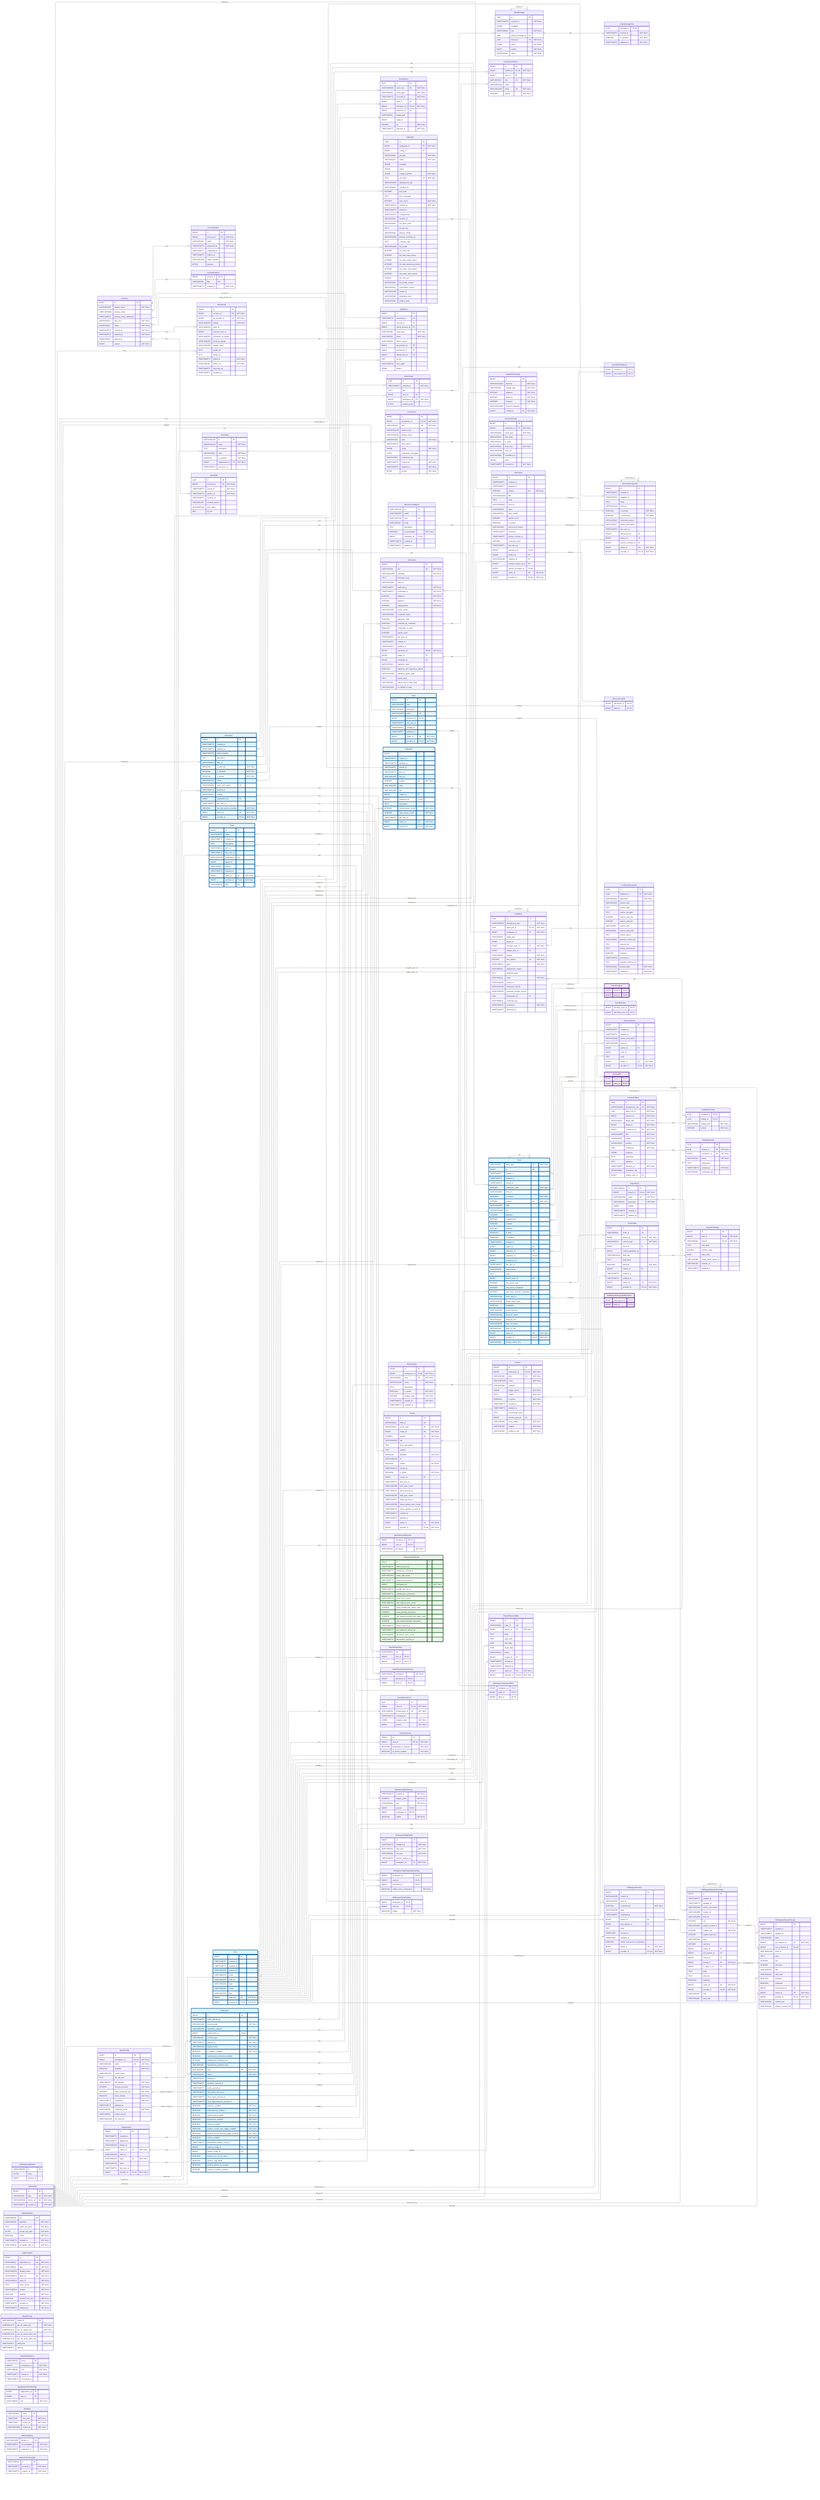
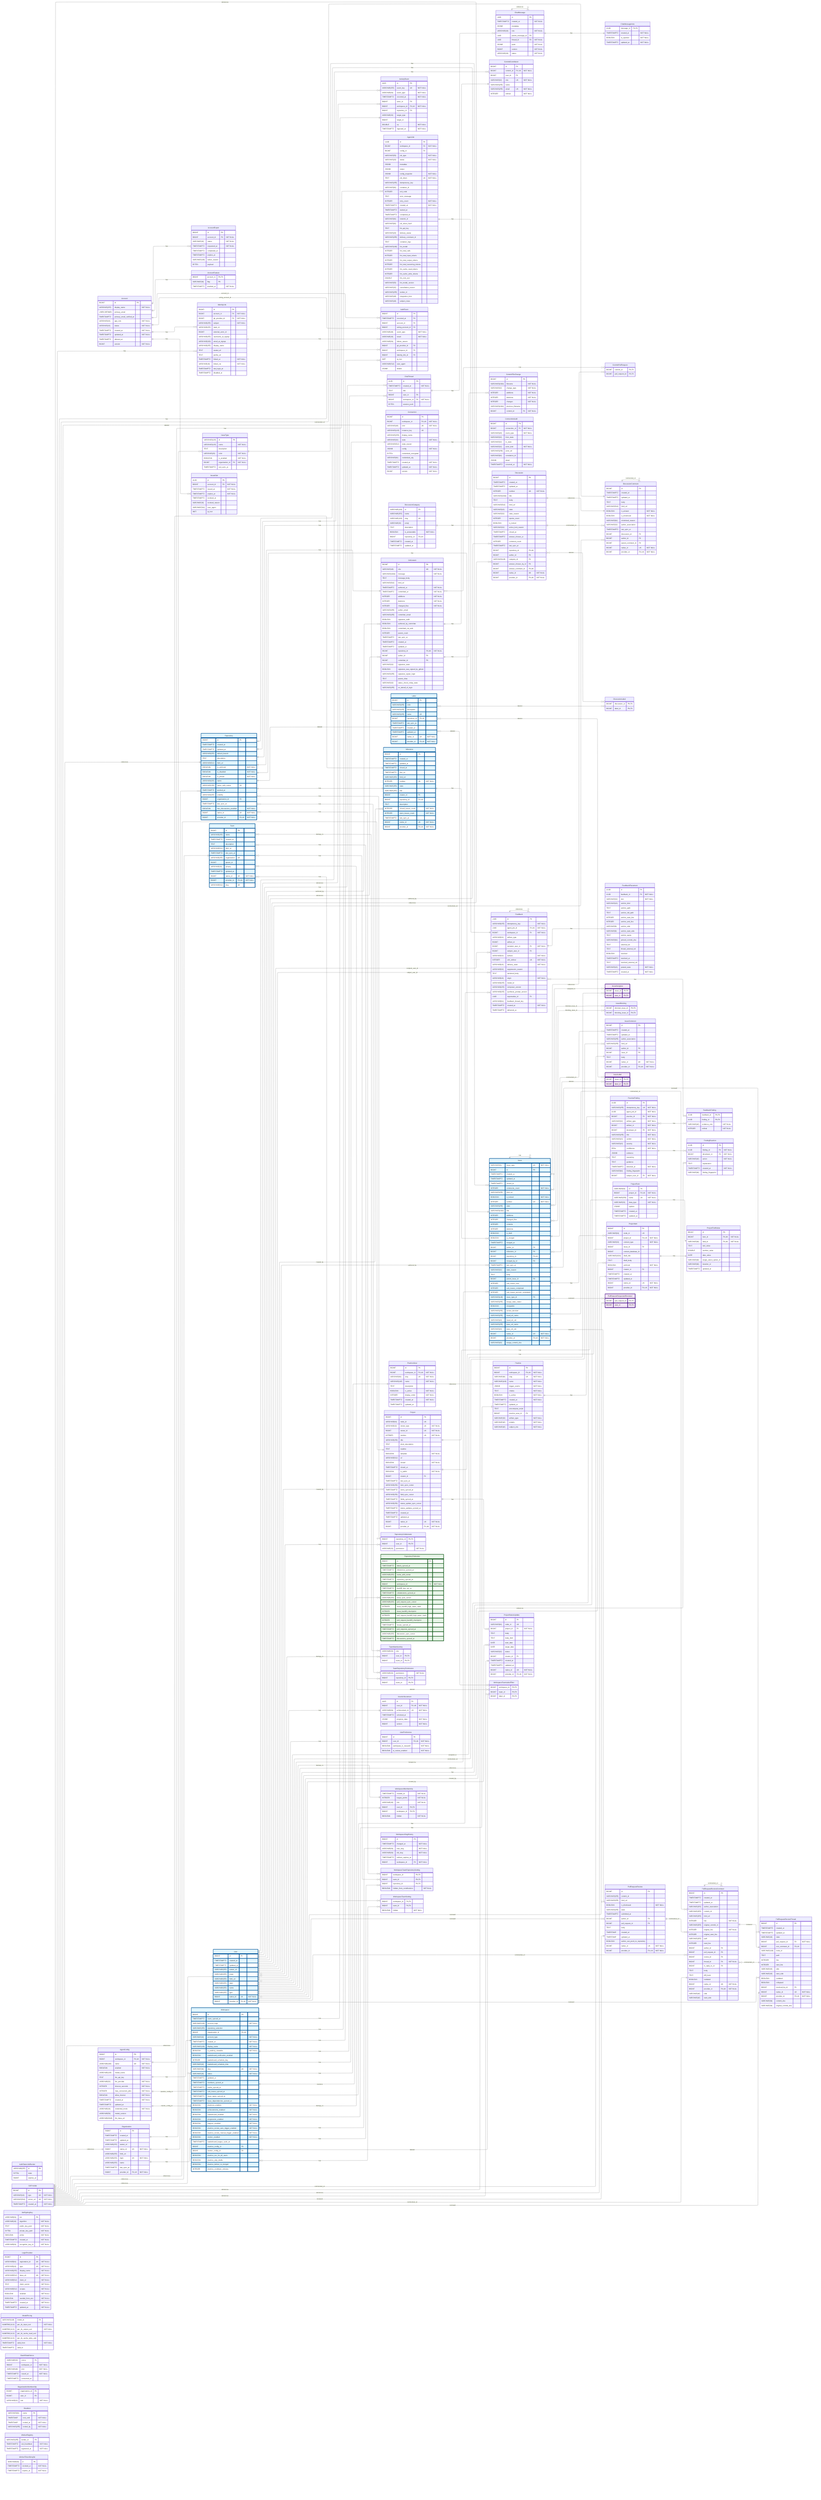
---
config:
    layout: elk
---
erDiagram
    %% Generated automatically from PostgreSQL database schema
    %% using scripts/generate-mermaid-erd.ts
    %% To regenerate: pnpm run db:generate-erd-docs

    direction LR

    Account {
        BIGINT id PK
        VARCHAR(255) display_name "NOT NULL"
        USER-DEFINED primary_email
        TIMESTAMPTZ primary_email_verified_at
        VARCHAR(16) app_role "NOT NULL"
        VARCHAR(16) status "NOT NULL"
        TIMESTAMPTZ created_at "NOT NULL"
        TIMESTAMPTZ updated_at "NOT NULL"
        TIMESTAMPTZ deleted_at
        BIGINT version "NOT NULL"
    }

    AccountExport {
        BIGINT id PK
        BIGINT account_id FK "NOT NULL"
        VARCHAR(16) status "NOT NULL"
        TIMESTAMPTZ requested_at "NOT NULL"
        TIMESTAMPTZ completed_at
        TIMESTAMPTZ expires_at
        VARCHAR(128) failure_reason
        BYTEA payload
    }

    AccountFeature {
        BIGINT account_id PK,FK
        VARCHAR(64) flag PK
        TIMESTAMPTZ enabled_at "NOT NULL"
    }

    ActivityEvent {
        UUID id PK
        VARCHAR(255) event_key UK "NOT NULL"
        VARCHAR(64) event_type "NOT NULL"
        TIMESTAMPTZ occurred_at "NOT NULL"
        BIGINT actor_id FK
        BIGINT workspace_id FK,UK "NOT NULL"
        BIGINT repository_id FK
        VARCHAR(32) target_type
        BIGINT target_id
        DOUBLE xp "NOT NULL"
        TIMESTAMPTZ ingested_at "NOT NULL"
    }

    AgentConfig {
        BIGINT id PK
        BIGINT workspace_id FK,UK "NOT NULL"
        VARCHAR(100) name UK "NOT NULL"
        BOOLEAN enabled "NOT NULL"
        VARCHAR(128) model_name
        TEXT llm_api_key
        VARCHAR(32) llm_provider "NOT NULL"
        INTEGER timeout_seconds "NOT NULL"
        INTEGER max_concurrent_jobs "NOT NULL"
        BOOLEAN allow_internet "NOT NULL"
        TIMESTAMPTZ created_at "NOT NULL"
        TIMESTAMPTZ updated_at
        VARCHAR(16) credential_mode "NOT NULL"
        VARCHAR(50) model_version
        VARCHAR(2048) llm_base_url
    }

    AgentJob {
        UUID id PK
        BIGINT workspace_id FK "NOT NULL"
        BIGINT config_id FK
        VARCHAR(50) job_type "NOT NULL"
        VARCHAR(20) status "NOT NULL"
        JSONB metadata
        JSONB output
        JSONB config_snapshot "NOT NULL"
        TEXT job_token UK "NOT NULL"
        VARCHAR(255) idempotency_key
        VARCHAR(64) container_id
        INTEGER exit_code
        TEXT error_message
        INTEGER retry_count "NOT NULL"
        TIMESTAMPTZ created_at "NOT NULL"
        TIMESTAMPTZ started_at
        TIMESTAMPTZ completed_at
        VARCHAR(64) network_id
        VARCHAR(64) job_token_hash
        TEXT llm_api_key
        VARCHAR(20) delivery_status
        VARCHAR(255) delivery_comment_id
        TEXT container_logs
        VARCHAR(100) llm_model
        INTEGER llm_total_calls
        INTEGER llm_total_input_tokens
        INTEGER llm_total_output_tokens
        INTEGER llm_total_reasoning_tokens
        INTEGER llm_cache_read_tokens
        INTEGER llm_cache_write_tokens
        DOUBLE llm_cost_usd
        VARCHAR(50) llm_model_version
        VARCHAR(32) cancellation_reason
        VARCHAR(255) worker_id
        VARCHAR(48) integration_kind
        VARCHAR(48) subject_class
    }

    AuthEvent {
        BIGINT id PK
        TIMESTAMPTZ occurred_at PK
        BIGINT account_id FK
        BIGINT acting_account_id FK
        VARCHAR(48) event_type "NOT NULL"
        VARCHAR(16) result "NOT NULL"
        VARCHAR(64) failure_reason
        BIGINT git_provider_id FK
        BIGINT workspace_id FK
        BIGINT identity_link_id FK
        INET ip_inet
        VARCHAR(512) user_agent
        JSONB details
    }

    AuthRateLimitBucket {
        VARCHAR(255) id PK
        BYTEA state
        BIGINT expires_at
    }

    ChatMessage {
        UUID id PK
        TIMESTAMPTZ created_at "NOT NULL"
        JSONB metadata
        VARCHAR(16) role "NOT NULL"
        UUID parent_message_id FK
        UUID thread_id FK "NOT NULL"
        JSONB parts "NOT NULL"
        BIGINT version "NOT NULL"
        VARCHAR(16) status "NOT NULL"
    }

    ChatMessageVote {
        UUID message_id PK,FK
        TIMESTAMPTZ created_at "NOT NULL"
        BOOLEAN is_upvoted "NOT NULL"
        TIMESTAMPTZ updated_at "NOT NULL"
    }

    ChatThread {
        UUID id PK
        TIMESTAMPTZ created_at "NOT NULL"
        TEXT title
        BIGINT user_id FK
        BIGINT workspace_id FK "NOT NULL"
        BYTEA session_jsonl
    }

    CommitContributor {
        BIGINT id PK
        BIGINT commit_id FK,UK "NOT NULL"
        BIGINT user_id FK
        VARCHAR(32) role UK "NOT NULL"
        VARCHAR(255) name
        VARCHAR(255) email UK "NOT NULL"
        INTEGER ordinal "NOT NULL"
    }

    CommitFileChange {
        BIGINT id PK
        VARCHAR(1024) filename "NOT NULL"
        VARCHAR(32) change_type "NOT NULL"
        INTEGER additions "NOT NULL"
        INTEGER deletions "NOT NULL"
        INTEGER changes "NOT NULL"
        VARCHAR(1024) previous_filename
        BIGINT commit_id FK "NOT NULL"
    }

    CommitPullRequest {
        BIGINT commit_id PK,FK
        BIGINT pull_request_id PK,FK
    }

    Connection {
        BIGINT id PK
        BIGINT workspace_id FK,UK "NOT NULL"
        VARCHAR(48) kind UK "NOT NULL"
        VARCHAR(128) instance_key UK
        VARCHAR(256) display_name
        VARCHAR(32) state "NOT NULL"
        VARCHAR(512) state_reason
        JSONB config "NOT NULL"
        BYTEA credentials_encrypted
        VARCHAR(64) credentials_alg
        TIMESTAMPTZ created_at "NOT NULL"
        TIMESTAMPTZ updated_at "NOT NULL"
        BIGINT version "NOT NULL"
    }

    ConnectionAudit {
        BIGINT id PK
        BIGINT connection_id FK "NOT NULL"
        VARCHAR(48) event_type "NOT NULL"
        VARCHAR(32) from_state
        VARCHAR(32) to_state
        VARCHAR(32) actor_kind "NOT NULL"
        VARCHAR(256) actor_ref
        VARCHAR(64) correlation_id
        JSONB detail
        TIMESTAMPTZ occurred_at "NOT NULL"
    }

    Discussion {
        BIGINT id PK
        TIMESTAMPTZ created_at
        TIMESTAMPTZ updated_at
        INTEGER number UK "NOT NULL"
        VARCHAR(1024) title
        TEXT body
        VARCHAR(512) html_url
        VARCHAR(16) state
        VARCHAR(32) state_reason
        INTEGER upvote_count
        BOOLEAN is_locked
        VARCHAR(32) active_lock_reason
        TIMESTAMPTZ closed_at
        TIMESTAMPTZ answer_chosen_at
        INTEGER comment_count
        TIMESTAMPTZ last_sync_at
        BIGINT repository_id FK,UK
        BIGINT author_id FK
        VARCHAR(128) category_id FK
        BIGINT answer_chosen_by_id FK
        BIGINT answer_comment_id FK,UK
        BIGINT native_id UK "NOT NULL"
        BIGINT provider_id FK,UK "NOT NULL"
    }

    DiscussionCategory {
        VARCHAR(128) id PK
        VARCHAR(255) name
        VARCHAR(128) slug UK
        VARCHAR(32) emoji
        TEXT description
        BOOLEAN is_answerable "NOT NULL"
        BIGINT repository_id FK,UK
        TIMESTAMPTZ created_at
        TIMESTAMPTZ updated_at
    }

    DiscussionComment {
        BIGINT id PK
        TIMESTAMPTZ created_at
        TIMESTAMPTZ updated_at
        TEXT body
        VARCHAR(512) html_url
        BOOLEAN is_answer "NOT NULL"
        BOOLEAN is_minimized "NOT NULL"
        VARCHAR(64) minimized_reason
        VARCHAR(32) author_association
        TIMESTAMPTZ last_sync_at
        BIGINT discussion_id FK
        BIGINT author_id FK
        BIGINT parent_comment_id FK
        BIGINT native_id UK "NOT NULL"
        BIGINT provider_id FK,UK "NOT NULL"
    }

    DiscussionLabel {
        BIGINT discussion_id PK,FK
        BIGINT label_id PK,FK
    }

    Feedback {
        UUID id PK
        VARCHAR(255) idempotency_key "NOT NULL"
        UUID agent_job_id FK,UK "NOT NULL"
        BIGINT workspace_id FK "NOT NULL"
-         VARCHAR(32) target_type
-         BIGINT target_id
+         VARCHAR(32) artifact_type
+         BIGINT artifact_id
        BIGINT recipient_user_id FK "NOT NULL"
        BIGINT subject_user_id FK
        VARCHAR(32) surface "NOT NULL"
        INTEGER unit_ordinal UK "NOT NULL"
-         VARCHAR(16) state "NOT NULL"
+         VARCHAR(16) delivery_state "NOT NULL"
        VARCHAR(32) suppression_reason
        TEXT rendered_body
        VARCHAR(16) origin "NOT NULL"
        VARCHAR(255) model_id
        VARCHAR(255) composer_version
        VARCHAR(255) synthesis_prompt_version
        UUID supersedes_id FK
-         VARCHAR(64) continuity_key
+         VARCHAR(64) feedback_thread_key
        TIMESTAMPTZ created_at "NOT NULL"
        TIMESTAMPTZ delivered_at
    }

    FeedbackFinding {
        UUID feedback_id PK,FK
        UUID finding_id PK,FK
-         VARCHAR(16) display_role "NOT NULL"
+         VARCHAR(16) evidence_role "NOT NULL"
        INTEGER ordinal "NOT NULL"
    }

    FeedbackPlacement {
        UUID id PK
        UUID feedback_id FK "NOT NULL"
-         VARCHAR(32) placement "NOT NULL"
+         VARCHAR(32) slot "NOT NULL"
        VARCHAR(16) anchor_kind
        TEXT anchor_path
        TEXT anchor_old_path
        INTEGER anchor_start_line
        INTEGER anchor_end_line
        VARCHAR(8) anchor_side
        VARCHAR(8) anchor_start_side
        TEXT anchor_quote
        VARCHAR(64) pinned_commit_sha
        TEXT external_ref
        TEXT thread_external_ref
        BOOLEAN resolved
        TIMESTAMPTZ resolved_at
        TEXT resolved_external_ref
        VARCHAR(16) posted_state "NOT NULL"
        TIMESTAMPTZ created_at "NOT NULL"
    }

    FindingReaction {
        UUID id PK
        UUID finding_id FK "NOT NULL"
-         BIGINT contributor_id FK "NOT NULL"
+         BIGINT developer_id FK "NOT NULL"
        VARCHAR(16) action "NOT NULL"
        TEXT explanation
        TIMESTAMPTZ created_at "NOT NULL"
-         VARCHAR(64) correlation_key
+         VARCHAR(64) finding_fingerprint
    }

    GitCommit {
        BIGINT id PK
        VARCHAR(40) sha UK "NOT NULL"
        VARCHAR(1024) message "NOT NULL"
        TEXT message_body
        VARCHAR(512) html_url
        TIMESTAMPTZ authored_at "NOT NULL"
        TIMESTAMPTZ committed_at "NOT NULL"
        INTEGER additions "NOT NULL"
        INTEGER deletions "NOT NULL"
        INTEGER changed_files "NOT NULL"
        VARCHAR(255) author_email
        VARCHAR(255) committer_email
        BOOLEAN signature_valid
        BOOLEAN authored_by_committer
        BOOLEAN committed_via_web
        INTEGER parent_count
        TIMESTAMPTZ last_sync_at
        TIMESTAMPTZ created_at
        TIMESTAMPTZ updated_at
        BIGINT repository_id FK,UK "NOT NULL"
        BIGINT author_id FK
        BIGINT committer_id FK
        VARCHAR(32) signature_state
        BOOLEAN signature_was_signed_by_github
        VARCHAR(255) signature_signer_login
        TEXT parent_shas
        VARCHAR(32) status_check_rollup_state
        VARCHAR(255) on_behalf_of_login
    }

    GitProvider {
        BIGINT id PK
        VARCHAR(10) type UK "NOT NULL"
        VARCHAR(512) server_url UK "NOT NULL"
        TIMESTAMPTZ created_at "NOT NULL"
    }

    IdentityLink {
        BIGINT id PK
        BIGINT account_id FK "NOT NULL"
        BIGINT git_provider_id FK "NOT NULL"
        VARCHAR(255) subject "NOT NULL"
        VARCHAR(255) team_id
        BIGINT external_actor_id
        VARCHAR(255) username_at_signup
        VARCHAR(320) email_at_signup
        VARCHAR(255) display_name
        TEXT avatar_url
        TEXT profile_url
        TIMESTAMPTZ linked_at "NOT NULL"
        VARCHAR(16) linked_via "NOT NULL"
        TIMESTAMPTZ last_login_at
        TIMESTAMPTZ disabled_at
    }

    Issue {
        VARCHAR(31) issue_type UK "NOT NULL"
        BIGINT id PK
        TIMESTAMPTZ created_at
        TIMESTAMPTZ updated_at
        TIMESTAMPTZ closed_at
        INTEGER comments_count "NOT NULL"
        VARCHAR(255) html_url
        BOOLEAN is_locked "NOT NULL"
        INTEGER number UK "NOT NULL"
        VARCHAR(255) state
        VARCHAR(1024) title
        INTEGER additions
        INTEGER changed_files
        INTEGER commits
        INTEGER deletions
        BOOLEAN is_draft
        BOOLEAN is_merged
        TIMESTAMPTZ merged_at
        BIGINT author_id FK
        BIGINT milestone_id FK
        BIGINT repository_id FK,UK
        BIGINT merged_by_id FK
        TIMESTAMPTZ last_sync_at
        VARCHAR(32) state_reason
        TEXT body
        BIGINT parent_issue_id FK
        INTEGER sub_issues_total
        INTEGER sub_issues_completed
        INTEGER sub_issues_percent_completed
        VARCHAR(128) issue_type_id FK
        VARCHAR(255) merge_state_status
        BOOLEAN mergeable
        VARCHAR(255) review_decision
        VARCHAR(255) head_ref_name
        VARCHAR(40) head_ref_oid
        VARCHAR(255) base_ref_name
        VARCHAR(40) base_ref_oid
        BIGINT native_id UK "NOT NULL"
        BIGINT provider_id FK,UK "NOT NULL"
        VARCHAR(40) merge_commit_sha
    }

    IssueAssignee {
        BIGINT issue_id PK,FK
        BIGINT user_id PK,FK
    }

    IssueBlocking {
        BIGINT blocked_issue_id PK,FK
        BIGINT blocking_issue_id PK,FK
    }

    IssueComment {
        BIGINT id PK
        TIMESTAMPTZ created_at
        TIMESTAMPTZ updated_at
        VARCHAR(255) author_association
        VARCHAR(255) html_url
        BIGINT author_id FK
        BIGINT issue_id FK
        TEXT body
        BIGINT native_id UK "NOT NULL"
        BIGINT provider_id FK,UK "NOT NULL"
    }

    IssueLabel {
        BIGINT issue_id PK,FK
        BIGINT label_id PK,FK
    }

    IssueType {
        VARCHAR(128) id PK
        VARCHAR(128) name "NOT NULL"
        TEXT description
        VARCHAR(20) color "NOT NULL"
        BOOLEAN is_enabled "NOT NULL"
        BIGINT organization_id FK "NOT NULL"
        TIMESTAMPTZ last_sync_at
    }

    IssuedJwt {
        UUID jti PK
        BIGINT account_id FK "NOT NULL"
        TIMESTAMPTZ issued_at "NOT NULL"
        TIMESTAMPTZ expires_at "NOT NULL"
        TIMESTAMPTZ revoked_at
        VARCHAR(32) revoked_reason
        VARCHAR(512) user_agent
        INET ip_inet
    }

    JwtSigningKey {
        VARCHAR(64) kid PK
        VARCHAR(16) algorithm "NOT NULL"
        TEXT public_key_pem "NOT NULL"
        BYTEA private_key_pem "NOT NULL"
        BOOLEAN active "NOT NULL"
        TIMESTAMPTZ created_at "NOT NULL"
        VARCHAR(64) encryption_key_id "NOT NULL"
    }

    Label {
        BIGINT id PK
        VARCHAR(255) color
        VARCHAR(255) description
        VARCHAR(255) name UK
        BIGINT repository_id FK,UK
        TIMESTAMPTZ last_sync_at
        TIMESTAMPTZ created_at
        TIMESTAMPTZ updated_at
        BIGINT native_id UK "NOT NULL"
        BIGINT provider_id FK,UK "NOT NULL"
    }

    LoginProvider {
        BIGINT id PK
        VARCHAR(64) registration_id UK "NOT NULL"
        VARCHAR(10) type UK "NOT NULL"
        VARCHAR(255) display_name "NOT NULL"
        VARCHAR(512) base_url UK "NOT NULL"
        VARCHAR(512) client_id "NOT NULL"
        TEXT client_secret "NOT NULL"
        VARCHAR(512) scopes "NOT NULL"
        BOOLEAN enabled "NOT NULL"
        BOOLEAN seeded_from_env "NOT NULL"
        TIMESTAMPTZ created_at "NOT NULL"
        TIMESTAMPTZ updated_at "NOT NULL"
    }

    Milestone {
        BIGINT id PK
        TIMESTAMPTZ created_at
        TIMESTAMPTZ updated_at
        TIMESTAMPTZ closed_at
        TIMESTAMPTZ due_on
        VARCHAR(255) html_url
        INTEGER number UK "NOT NULL"
        VARCHAR(255) state
        VARCHAR(255) title
        BIGINT creator_id FK
        BIGINT repository_id FK,UK
        TEXT description
        INTEGER closed_issues_count "NOT NULL"
        INTEGER open_issues_count "NOT NULL"
        TIMESTAMPTZ last_sync_at
        BIGINT native_id UK "NOT NULL"
        BIGINT provider_id FK,UK "NOT NULL"
    }

    ModelPricing {
        VARCHAR(128) model_id PK
        NUMERIC(12,6) per_1k_input_usd "NOT NULL"
        NUMERIC(12,6) per_1k_output_usd "NOT NULL"
        NUMERIC(12,6) per_1k_cache_read_usd
        NUMERIC(12,6) per_1k_cache_write_usd
        TIMESTAMPTZ valid_from "NOT NULL"
        TIMESTAMPTZ valid_to
    }

    OauthStateNonce {
        VARCHAR(32) nonce PK
        BIGINT workspace_id "NOT NULL"
        VARCHAR(48) kind "NOT NULL"
        TIMESTAMPTZ issued_at "NOT NULL"
        TIMESTAMPTZ consumed_at
    }

    Organization {
        BIGINT id PK
        TIMESTAMPTZ created_at
        TIMESTAMPTZ updated_at
        VARCHAR(255) avatar_url
        BIGINT native_id UK "NOT NULL"
        VARCHAR(255) html_url
        VARCHAR(255) login UK "NOT NULL"
        VARCHAR(255) name
        TIMESTAMPTZ last_sync_at
        BIGINT provider_id FK,UK "NOT NULL"
    }

    OrganizationMembership {
        BIGINT organization_id PK
        BIGINT user_id PK
        VARCHAR(32) role "NOT NULL"
    }

    Practice {
        BIGINT id PK
        BIGINT workspace_id FK,UK "NOT NULL"
        VARCHAR(64) slug UK "NOT NULL"
        VARCHAR(128) name "NOT NULL"
-         VARCHAR(64) category
        JSONB trigger_events "NOT NULL"
        TEXT criteria "NOT NULL"
        BOOLEAN is_active "NOT NULL"
        TIMESTAMPTZ created_at "NOT NULL"
        TIMESTAMPTZ updated_at
        TEXT precompute_script
-         BIGINT practice_goal_id FK
-         VARCHAR(32) focus_artifact "NOT NULL"
+         BIGINT practice_area_id FK
+         VARCHAR(32) artifact_type "NOT NULL"
        VARCHAR(16) polarity "NOT NULL"
-         VARCHAR(16) audience_role "NOT NULL"
+         VARCHAR(16) subject_role "NOT NULL"
    }

    PracticeFinding {
        UUID id PK
        VARCHAR(255) idempotency_key UK "NOT NULL"
        UUID agent_job_id "NOT NULL"
        BIGINT practice_id FK "NOT NULL"
-         VARCHAR(32) target_type "NOT NULL"
-         BIGINT target_id "NOT NULL"
-         BIGINT contributor_id FK "NOT NULL"
+         VARCHAR(32) artifact_type "NOT NULL"
+         BIGINT artifact_id "NOT NULL"
+         BIGINT developer_id FK "NOT NULL"
        VARCHAR(255) title "NOT NULL"
        VARCHAR(16) verdict "NOT NULL"
        VARCHAR(16) severity "NOT NULL"
        REAL confidence "NOT NULL"
        JSONB evidence
        TEXT reasoning
        TEXT guidance
        TIMESTAMPTZ detected_at "NOT NULL"
-         VARCHAR(64) correlation_key
-         BIGINT subject_user_id FK
+         VARCHAR(64) finding_fingerprint
+         BIGINT subject_user_id FK "NOT NULL"
    }

    PracticeGoal {
        BIGINT id PK
        BIGINT workspace_id FK,UK "NOT NULL"
        VARCHAR(64) slug UK "NOT NULL"
        VARCHAR(128) name "NOT NULL"
        TEXT description
        BOOLEAN is_active "NOT NULL"
        INTEGER display_order "NOT NULL"
        TIMESTAMPTZ created_at "NOT NULL"
        TIMESTAMPTZ updated_at
    }

    Project {
        BIGINT id PK
        VARCHAR(64) node_id UK
        VARCHAR(32) owner_type UK "NOT NULL"
        BIGINT owner_id UK "NOT NULL"
        INTEGER number UK "NOT NULL"
        VARCHAR(256) title
        TEXT short_description
        TEXT readme
        BOOLEAN template "NOT NULL"
        VARCHAR(512) url
        BOOLEAN closed "NOT NULL"
        TIMESTAMPTZ closed_at
        BOOLEAN is_public "NOT NULL"
        BIGINT creator_id FK
        TIMESTAMPTZ last_sync_at
        VARCHAR(256) item_sync_cursor
        TIMESTAMPTZ items_synced_at
        VARCHAR(256) field_sync_cursor
        TIMESTAMPTZ fields_synced_at
        VARCHAR(256) status_update_sync_cursor
        TIMESTAMPTZ status_updates_synced_at
        TIMESTAMPTZ created_at
        TIMESTAMPTZ updated_at
        BIGINT native_id UK "NOT NULL"
        BIGINT provider_id FK,UK "NOT NULL"
    }

    ProjectField {
        VARCHAR(64) id PK
        BIGINT project_id FK,UK "NOT NULL"
        VARCHAR(256) name UK "NOT NULL"
        VARCHAR(32) data_type "NOT NULL"
        JSONB options
        TIMESTAMPTZ created_at
        TIMESTAMPTZ updated_at
    }

    ProjectFieldValue {
        BIGINT id PK
        BIGINT item_id FK,UK "NOT NULL"
        VARCHAR(64) field_id FK,UK "NOT NULL"
        TEXT text_value
        DOUBLE number_value
        DATE date_value
        VARCHAR(64) single_select_option_id
        VARCHAR(64) iteration_id
        TIMESTAMPTZ updated_at
    }

    ProjectItem {
        BIGINT id PK
        VARCHAR(64) node_id UK
        BIGINT project_id FK,UK "NOT NULL"
        VARCHAR(32) content_type "NOT NULL"
        BIGINT issue_id FK
        BIGINT content_database_id
        VARCHAR(1024) draft_title
        TEXT draft_body
        BOOLEAN archived "NOT NULL"
        BIGINT creator_id FK
        TIMESTAMPTZ created_at
        TIMESTAMPTZ updated_at
        BIGINT native_id UK "NOT NULL"
        BIGINT provider_id FK,UK "NOT NULL"
    }

    ProjectStatusUpdate {
        BIGINT id PK
        VARCHAR(64) node_id UK
        BIGINT project_id FK "NOT NULL"
        TEXT body
        TEXT body_html
        DATE start_date
        DATE target_date
        VARCHAR(32) status
        BIGINT creator_id FK
        TIMESTAMPTZ created_at
        TIMESTAMPTZ updated_at
        BIGINT native_id UK "NOT NULL"
        BIGINT provider_id FK,UK "NOT NULL"
    }

    PullRequestRequestedReviewer {
        BIGINT pull_request_id PK,FK
        BIGINT user_id PK,FK
    }

    PullRequestReview {
        BIGINT id PK
        VARCHAR(255) commit_id
        VARCHAR(255) html_url
        BOOLEAN is_dismissed "NOT NULL"
        VARCHAR(255) state
        TIMESTAMPTZ submitted_at
        BIGINT author_id FK
        BIGINT pull_request_id FK
        TEXT body
        TIMESTAMP created_at
        TIMESTAMP updated_at
        BOOLEAN author_can_push_to_repository
        BIGINT native_id UK "NOT NULL"
        BIGINT provider_id FK,UK "NOT NULL"
    }

    PullRequestReviewComment {
        BIGINT id PK
        TIMESTAMPTZ created_at
        TIMESTAMPTZ updated_at
        VARCHAR(255) author_association
        VARCHAR(255) commit_id
        VARCHAR(255) html_url
        INTEGER line "NOT NULL"
        VARCHAR(255) original_commit_id
        INTEGER original_line "NOT NULL"
        INTEGER original_start_line
        VARCHAR(255) path
        INTEGER start_line
        BIGINT author_id FK
        BIGINT pull_request_id FK
        BIGINT review_id FK
        BIGINT thread_id FK "NOT NULL"
        BIGINT in_reply_to_id FK
        TEXT body
        TEXT diff_hunk
        BOOLEAN outdated
        BIGINT native_id UK "NOT NULL"
        BIGINT provider_id FK,UK "NOT NULL"
        VARCHAR(16) side
        VARCHAR(16) start_side
    }

    PullRequestReviewThread {
        BIGINT id PK
        TIMESTAMPTZ created_at
        TIMESTAMPTZ updated_at
        VARCHAR(20) state
        BIGINT pull_request_id FK "NOT NULL"
        BIGINT root_comment_id FK,UK
        VARCHAR(128) node_id
        TEXT path
        INTEGER line
        INTEGER start_line
        VARCHAR(16) side
        VARCHAR(16) start_side
        BOOLEAN outdated
        BOOLEAN collapsed
        BIGINT resolved_by_id FK
        BIGINT native_id UK "NOT NULL"
        BIGINT provider_id FK,UK "NOT NULL"
        VARCHAR(64) commit_sha
        VARCHAR(64) original_commit_sha
    }

    Repository {
        BIGINT id PK
        TIMESTAMPTZ created_at
        TIMESTAMPTZ updated_at
        VARCHAR(255) default_branch
        TEXT description
        VARCHAR(512) html_url
        BOOLEAN is_archived "NOT NULL"
        BOOLEAN is_disabled "NOT NULL"
        BOOLEAN is_private "NOT NULL"
        VARCHAR(255) name
        VARCHAR(150) name_with_owner UK
        TIMESTAMPTZ pushed_at
        VARCHAR(255) visibility
        BIGINT organization_id FK
        TIMESTAMPTZ last_sync_at
        BOOLEAN has_discussions_enabled "NOT NULL"
        BIGINT native_id UK "NOT NULL"
        BIGINT provider_id FK,UK "NOT NULL"
    }

    RepositoryCollaborator {
        BIGINT repository_id PK,FK
        BIGINT user_id PK,FK
        VARCHAR(32) permission "NOT NULL"
    }

    RepositoryToMonitor {
        BIGINT id PK
        TIMESTAMPTZ labels_synced_at
        TIMESTAMPTZ milestones_synced_at
        VARCHAR(255) name_with_owner
        TIMESTAMPTZ repository_synced_at
        BIGINT workspace_id FK "NOT NULL"
        TIMESTAMPTZ backfill_last_run_at
        TIMESTAMPTZ collaborators_synced_at
        VARCHAR(255) issue_sync_cursor
        VARCHAR(255) pull_request_sync_cursor
        INTEGER issue_backfill_high_water_mark
        INTEGER issue_backfill_checkpoint
        INTEGER pull_request_backfill_high_water_mark
        INTEGER pull_request_backfill_checkpoint
        TIMESTAMPTZ issues_synced_at
        TIMESTAMPTZ pull_requests_synced_at
        VARCHAR(255) discussion_sync_cursor
        TIMESTAMPTZ discussions_synced_at
    }

    Shedlock {
        VARCHAR(64) name PK
        TIMESTAMP lock_until "NOT NULL"
        TIMESTAMP locked_at "NOT NULL"
        VARCHAR(255) locked_by "NOT NULL"
    }

    Team {
        BIGINT id PK
        VARCHAR(255) name
        TIMESTAMPTZ created_at
        TEXT description
        VARCHAR(512) html_url
        TIMESTAMPTZ last_sync_at
        VARCHAR(255) organization UK
        BIGINT parent_id
        VARCHAR(32) privacy
        TIMESTAMPTZ updated_at
        BIGINT native_id UK "NOT NULL"
        BIGINT provider_id FK,UK "NOT NULL"
        VARCHAR(512) slug UK
    }

    TeamMembership {
        VARCHAR(32) role
        BIGINT user_id PK,FK
        BIGINT team_id PK,FK
    }

    TeamRepositoryPermission {
        VARCHAR(32) permission "NOT NULL"
        BIGINT repository_id PK,FK
        BIGINT team_id PK,FK
    }

    User {
        BIGINT id PK
        TIMESTAMPTZ created_at
        TIMESTAMPTZ updated_at
        VARCHAR(255) avatar_url
        VARCHAR(255) email
        VARCHAR(255) html_url
        VARCHAR(255) login
        VARCHAR(255) name
        VARCHAR(255) type
        BIGINT native_id UK "NOT NULL"
        BIGINT provider_id FK,UK "NOT NULL"
    }

    UserAchievement {
        UUID id PK
        BIGINT user_id FK,UK "NOT NULL"
        VARCHAR(64) achievement_id UK "NOT NULL"
        TIMESTAMPTZ unlocked_at
        JSONB progress_data "NOT NULL"
        BIGINT version "NOT NULL"
    }

    UserPreference {
        BIGINT id PK
        BIGINT user_id FK,UK "NOT NULL"
        BOOLEAN participate_in_research "NOT NULL"
        BOOLEAN ai_review_enabled "NOT NULL"
    }

    WorkerRegistry {
        VARCHAR(255) worker_id PK
        TIMESTAMPTZ last_heartbeat "NOT NULL"
        TIMESTAMPTZ registered_at "NOT NULL"
    }

    WorkerTokenDenylist {
        VARCHAR(64) jti PK
        TIMESTAMPTZ revoked_at "NOT NULL"
        TIMESTAMPTZ expires_at "NOT NULL"
    }

    Workspace {
        BIGINT id PK
        TIMESTAMPTZ users_synced_at
        VARCHAR(120) account_login "NOT NULL"
        VARCHAR(255) repository_selection
        BIGINT organization_id FK,UK
        VARCHAR(10) account_type "NOT NULL"
        TIMESTAMPTZ created_at "NOT NULL"
        VARCHAR(120) display_name "NOT NULL"
        BOOLEAN is_publicly_viewable "NOT NULL"
        BOOLEAN leaderboard_notification_enabled
        INTEGER leaderboard_schedule_day
        VARCHAR(10) leaderboard_schedule_time
        VARCHAR(64) slug UK "NOT NULL"
        VARCHAR(20) status "NOT NULL"
        TIMESTAMPTZ updated_at
        TIMESTAMPTZ members_synced_at
        TIMESTAMPTZ teams_synced_at
        TIMESTAMPTZ sub_issues_synced_at
        TIMESTAMPTZ issue_types_synced_at
        TIMESTAMPTZ issue_dependencies_synced_at
        BOOLEAN practices_enabled "NOT NULL"
        BOOLEAN achievements_enabled "NOT NULL"
        BOOLEAN leaderboard_enabled "NOT NULL"
        BOOLEAN progression_enabled "NOT NULL"
        BOOLEAN leagues_enabled "NOT NULL"
        BOOLEAN practice_review_auto_trigger_enabled "NOT NULL"
        BOOLEAN practice_review_manual_trigger_enabled "NOT NULL"
        BOOLEAN mentor_enabled "NOT NULL"
        TIMESTAMPTZ leaderboard_league_cycle_at
        BIGINT practice_config_id FK
        BIGINT mentor_config_id FK
        BOOLEAN practice_run_for_all_users
        BOOLEAN practice_skip_drafts
        BOOLEAN practice_deliver_to_merged
        INTEGER practice_cooldown_minutes
    }

    WorkspaceMembership {
        TIMESTAMPTZ created_at "NOT NULL"
        INTEGER league_points "NOT NULL"
        VARCHAR(16) role "NOT NULL"
        BIGINT user_id PK,FK
        BIGINT workspace_id PK,FK
        BOOLEAN hidden "NOT NULL"
    }

    WorkspaceSlugHistory {
        BIGINT id PK
        TIMESTAMPTZ changed_at "NOT NULL"
        VARCHAR(64) new_slug "NOT NULL"
        VARCHAR(64) old_slug "NOT NULL"
        TIMESTAMPTZ redirect_expires_at
        BIGINT workspace_id FK "NOT NULL"
    }

    WorkspaceTeamLabelFilter {
        BIGINT workspace_id PK,FK
        BIGINT team_id PK,FK
        BIGINT label_id PK,FK
    }

    WorkspaceTeamRepositorySetting {
        BIGINT workspace_id PK,FK
        BIGINT team_id PK,FK
        BIGINT repository_id PK,FK
        BOOLEAN hidden_from_contributions "NOT NULL"
    }

    WorkspaceTeamSetting {
        BIGINT workspace_id PK,FK
        BIGINT team_id PK,FK
        BOOLEAN hidden "NOT NULL"
    }

    %% Relationships
    %% One-to-One relationships
    Account ||--|| AccountFeature : has
    Workspace ||--|| ActivityEvent : has
    Workspace ||--|| AgentConfig : has
    ChatMessage ||--|| ChatMessageVote : has
    GitCommit ||--|| CommitContributor : has
    Workspace ||--|| Connection : has
    Repository ||--|| Discussion : has
    DiscussionComment ||--|| Discussion : references
    GitProvider ||--|| Discussion : references
    Repository ||--|| DiscussionCategory : has
    GitProvider ||--|| DiscussionComment : commented_on
    AgentJob ||--|| Feedback : has
    Repository ||--|| GitCommit : has
    Repository ||--|| Issue : has
    GitProvider ||--|| Issue : references
    GitProvider ||--|| IssueComment : commented_on
    Repository ||--|| Label : labeled
    GitProvider ||--|| Label : labeled
    Repository ||--|| Milestone : has
    GitProvider ||--|| Milestone : references
    GitProvider ||--|| Organization : references
    Workspace ||--|| Practice : has
    Workspace ||--|| PracticeGoal : has
    GitProvider ||--|| Project : references
    Project ||--|| ProjectField : has
    ProjectItem ||--|| ProjectFieldValue : has
    ProjectField ||--|| ProjectFieldValue : has
    Project ||--|| ProjectItem : has
    GitProvider ||--|| ProjectItem : references
    GitProvider ||--|| ProjectStatusUpdate : references
    GitProvider ||--|| PullRequestReview : reviewed
    GitProvider ||--|| PullRequestReviewComment : commented_on
    PullRequestReviewComment ||--|| PullRequestReviewThread : reviewed
    GitProvider ||--|| PullRequestReviewThread : reviewed
    GitProvider ||--|| Repository : references
    GitProvider ||--|| Team : references
    GitProvider ||--|| User : references
    User ||--|| UserAchievement : has
    User ||--|| UserPreference : has
    Organization ||--|| Workspace : has
    User ||--|| WorkspaceMembership : belongs_to
    Workspace ||--|| WorkspaceMembership : belongs_to

    %% One-to-Many relationships
    Account ||--o{ AccountExport : has
    User ||--o{ ActivityEvent : references
    Repository ||--o{ ActivityEvent : has
    Workspace ||--o{ AgentJob : has
    AgentConfig ||--o{ AgentJob : has
    Account ||--o{ AuthEvent : account_id
    Account ||--o{ AuthEvent : acting_account_id
    GitProvider ||--o{ AuthEvent : has
    Workspace ||--o{ AuthEvent : has
    IdentityLink ||--o{ AuthEvent : has
    ChatMessage ||--o{ ChatMessage : references
    ChatThread ||--o{ ChatMessage : has
    User ||--o{ ChatThread : has
    Workspace ||--o{ ChatThread : has
    User ||--o{ CommitContributor : has
    GitCommit ||--o{ CommitFileChange : has
    Connection ||--o{ ConnectionAudit : has
    User ||--o{ Discussion : authored_by
    DiscussionCategory ||--o{ Discussion : has
    User ||--o{ Discussion : references
    Discussion ||--o{ DiscussionComment : commented_on
    User ||--o{ DiscussionComment : commented_on
    DiscussionComment ||--o{ DiscussionComment : commented_on
    Workspace ||--o{ Feedback : has
    User ||--o{ Feedback : recipient_user_id
    User ||--o{ Feedback : subject_user_id
    Feedback ||--o{ Feedback : references
    Feedback ||--o{ FeedbackPlacement : has
    PracticeFinding ||--o{ FindingReaction : has
    User ||--o{ FindingReaction : references
    User ||--o{ GitCommit : authored_by
    User ||--o{ GitCommit : references
    Account ||--o{ IdentityLink : has
    GitProvider ||--o{ IdentityLink : has
    User ||--o{ Issue : authored_by
    Milestone ||--o{ Issue : has
    User ||--o{ Issue : merged_by
    Issue ||--o{ Issue : has
    IssueType ||--o{ Issue : has
    User ||--o{ IssueComment : commented_on
    Issue ||--o{ IssueComment : commented_on
    Organization ||--o{ IssueType : has
    Account ||--o{ IssuedJwt : has
    User ||--o{ Milestone : created_by
-     PracticeGoal ||--o{ Practice : has
+     PracticeGoal ||--o{ Practice : references
    Practice ||--o{ PracticeFinding : has
    User ||--o{ PracticeFinding : references
    User ||--o{ PracticeFinding : has
    User ||--o{ Project : created_by
    Issue ||--o{ ProjectItem : has
    User ||--o{ ProjectItem : created_by
    Project ||--o{ ProjectStatusUpdate : has
    User ||--o{ ProjectStatusUpdate : created_by
    User ||--o{ PullRequestReview : reviewed
    Issue ||--o{ PullRequestReview : reviewed
    User ||--o{ PullRequestReviewComment : commented_on
    Issue ||--o{ PullRequestReviewComment : commented_on
    PullRequestReview ||--o{ PullRequestReviewComment : commented_on
    PullRequestReviewThread ||--o{ PullRequestReviewComment : commented_on
    PullRequestReviewComment ||--o{ PullRequestReviewComment : commented_on
    Issue ||--o{ PullRequestReviewThread : reviewed
    User ||--o{ PullRequestReviewThread : reviewed
    Organization ||--o{ Repository : has
    Workspace ||--o{ RepositoryToMonitor : monitors
    AgentConfig ||--o{ Workspace : practice_config_id
    AgentConfig ||--o{ Workspace : mentor_config_id
    Workspace ||--o{ WorkspaceSlugHistory : has

    %% Many-to-Many relationships
    GitCommit }o--o{ CommitPullRequest : has
    Issue }o--o{ CommitPullRequest : references
    Discussion }o--o{ DiscussionLabel : labeled
    Label }o--o{ DiscussionLabel : labeled
    Feedback }o--o{ FeedbackFinding : has
    PracticeFinding }o--o{ FeedbackFinding : has
    Issue }o--o{ IssueAssignee : assigned_to
    User }o--o{ IssueAssignee : assigned_to
    Issue }o--o{ IssueBlocking : blocked_issue_id
    Issue }o--o{ IssueBlocking : blocking_issue_id
    Issue }o--o{ IssueLabel : labeled
    Label }o--o{ IssueLabel : labeled
    Issue }o--o{ PullRequestRequestedReviewer : reviewed
    User }o--o{ PullRequestRequestedReviewer : reviewed
    Repository }o--o{ RepositoryCollaborator : has
    User }o--o{ RepositoryCollaborator : has
    User }o--o{ TeamMembership : belongs_to
    Team }o--o{ TeamMembership : belongs_to
    Repository }o--o{ TeamRepositoryPermission : has
    Team }o--o{ TeamRepositoryPermission : has
    Workspace }o--o{ WorkspaceTeamLabelFilter : labeled
    Team }o--o{ WorkspaceTeamLabelFilter : labeled
    Label }o--o{ WorkspaceTeamLabelFilter : labeled
    Workspace }o--o{ WorkspaceTeamRepositorySetting : has
    Team }o--o{ WorkspaceTeamRepositorySetting : has
    Repository }o--o{ WorkspaceTeamRepositorySetting : has
    Workspace }o--o{ WorkspaceTeamSetting : has
    Team }o--o{ WorkspaceTeamSetting : has

    %% Styling
    classDef primaryEntity fill:#e1f5fe,stroke:#01579b,stroke-width:2px
    classDef associationEntity fill:#f3e5f5,stroke:#4a148c,stroke-width:2px
    classDef metadataEntity fill:#e8f5e8,stroke:#1b5e20,stroke-width:2px

    class Issue primaryEntity
    class IssueAssignee associationEntity
    class IssueLabel associationEntity
    class Label primaryEntity
    class Milestone primaryEntity
    class PullRequestRequestedReviewer associationEntity
    class Repository primaryEntity
    class RepositoryToMonitor metadataEntity
    class Team primaryEntity
    class User primaryEntity
    class Workspace primaryEntity
